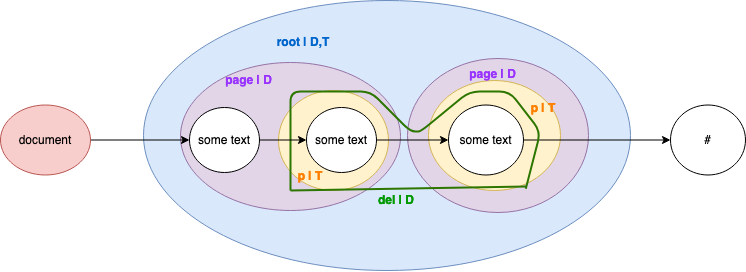
Before: img/discont2-tagml.png, a diagram exported from draw.io (bleekere/jTEI2020). Source tidied: cells renumbered, new cells last; positions are measured from the earlier drawing's top-left corner, leaving out a move shared by most shapes.
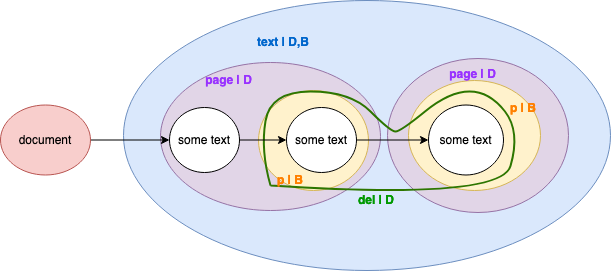
Later version of the same file.

Change to the diagram source:
```diff
@@ -24,25 +24,18 @@
       <mxGeometry relative="1" as="geometry" />
     </mxCell>
     <mxCell id="9" value="document" style="ellipse;whiteSpace=wrap;html=1;fillColor=#f8cecc;strokeColor=#b85450;" parent="1" vertex="1">
-      <mxGeometry y="104.5" width="90" height="70" as="geometry" />
+      <mxGeometry x="20" y="104.5" width="90" height="70" as="geometry" />
     </mxCell>
-    <mxCell id="10" style="edgeStyle=orthogonalEdgeStyle;rounded=0;jettySize=auto;html=1;" parent="1" edge="1" source="11" target="12">
-      <mxGeometry relative="1" as="geometry" />
-    </mxCell>
     <mxCell id="11" value="some text" style="ellipse;whiteSpace=wrap;html=1;" parent="1" vertex="1">
       <mxGeometry x="448" y="104.5" width="75" height="70" as="geometry" />
     </mxCell>
-    <mxCell id="12" value="#" style="ellipse;whiteSpace=wrap;html=1;" parent="1" vertex="1">
-      <mxGeometry x="670" y="104.5" width="75" height="70" as="geometry" />
-    </mxCell>
-    <mxCell id="13" value="&lt;font color=&quot;#0066cc&quot;&gt;&lt;b&gt;root | D,T&lt;br&gt;&lt;/b&gt;&lt;/font&gt;" style="text;html=1;strokeColor=none;fillColor=none;align=center;verticalAlign=middle;whiteSpace=wrap;rounded=0;" parent="1" vertex="1">
+    <mxCell id="13" value="&lt;font color=&quot;#0066cc&quot;&gt;&lt;b&gt;text | D,B&lt;br&gt;&lt;/b&gt;&lt;/font&gt;" style="text;html=1;strokeColor=none;fillColor=none;align=center;verticalAlign=middle;whiteSpace=wrap;rounded=0;" parent="1" vertex="1">
       <mxGeometry x="274.5" y="32" width="55.5" height="20" as="geometry" />
     </mxCell>
-    <mxCell id="14" style="endArrow=none;html=1;textOpacity=0;fillColor=#60a917;strokeColor=#2D7600;endFill=0;startFill=0;strokeWidth=2;entryX=0.737;entryY=0.985;entryDx=0;entryDy=0;entryPerimeter=0;" parent="1" edge="1" target="6">
+    <mxCell id="14" style="endArrow=none;html=1;textOpacity=0;fillColor=#60a917;strokeColor=#2D7600;endFill=0;startFill=0;strokeWidth=2;curved=1;entryX=0;entryY=0.75;entryDx=0;entryDy=0;exitX=0;exitY=0.75;exitDx=0;exitDy=0;" parent="1" edge="1" source="17" target="17">
       <mxGeometry relative="1" as="geometry">
-        <mxPoint x="290" y="190" as="sourcePoint" />
         <Array as="points">
-          <mxPoint x="290" y="150" />
+          <mxPoint x="280" y="150" />
           <mxPoint x="290" y="91" />
           <mxPoint x="370" y="91" />
           <mxPoint x="410" y="131" />
@@ -50,6 +43,7 @@
           <mxPoint x="469" y="91" />
           <mxPoint x="509" y="91" />
           <mxPoint x="540" y="131" />
+          <mxPoint x="520" y="200" />
         </Array>
       </mxGeometry>
     </mxCell>
@@ -59,10 +53,10 @@
     <mxCell id="16" value="&lt;font color=&quot;#9933ff&quot;&gt;&lt;b&gt;page | D&lt;br&gt;&lt;/b&gt;&lt;/font&gt;" style="text;html=1;strokeColor=none;fillColor=none;align=center;verticalAlign=middle;whiteSpace=wrap;rounded=0;" parent="1" vertex="1">
       <mxGeometry x="222" y="70" width="52.5" height="20" as="geometry" />
     </mxCell>
-    <mxCell id="17" value="&lt;font color=&quot;#ff8000&quot;&gt;&lt;b&gt;p | T&lt;br&gt;&lt;/b&gt;&lt;/font&gt;" style="text;html=1;strokeColor=none;fillColor=none;align=center;verticalAlign=middle;whiteSpace=wrap;rounded=0;" parent="1" vertex="1">
-      <mxGeometry x="290" y="166" width="40" height="20" as="geometry" />
+    <mxCell id="17" value="&lt;font color=&quot;#ff8000&quot;&gt;&lt;b&gt;p | B&lt;br&gt;&lt;/b&gt;&lt;/font&gt;" style="text;html=1;strokeColor=none;fillColor=none;align=center;verticalAlign=middle;whiteSpace=wrap;rounded=0;" parent="1" vertex="1">
+      <mxGeometry x="290" y="170" width="40" height="20" as="geometry" />
     </mxCell>
-    <mxCell id="18" value="&lt;font color=&quot;#ff8000&quot;&gt;&lt;b&gt;p &lt;/b&gt;&lt;/font&gt;&lt;font color=&quot;#ff8000&quot;&gt;&lt;b&gt;| T&lt;/b&gt;&lt;/font&gt;" style="text;html=1;strokeColor=none;fillColor=none;align=center;verticalAlign=middle;whiteSpace=wrap;rounded=0;" parent="1" vertex="1">
+    <mxCell id="18" value="&lt;font color=&quot;#ff8000&quot;&gt;&lt;b&gt;p &lt;/b&gt;&lt;/font&gt;&lt;font color=&quot;#ff8000&quot;&gt;&lt;b&gt;| B&lt;br&gt;&lt;/b&gt;&lt;/font&gt;" style="text;html=1;strokeColor=none;fillColor=none;align=center;verticalAlign=middle;whiteSpace=wrap;rounded=0;" parent="1" vertex="1">
       <mxGeometry x="523" y="97.5" width="40" height="20" as="geometry" />
     </mxCell>
     <mxCell id="19" value="&lt;font color=&quot;#9933ff&quot;&gt;&lt;b&gt;page | D&lt;br&gt;&lt;/b&gt;&lt;/font&gt;" style="text;html=1;strokeColor=none;fillColor=none;align=center;verticalAlign=middle;whiteSpace=wrap;rounded=0;" parent="1" vertex="1">
@@ -95,11 +89,5 @@
         </Array>
       </mxGeometry>
     </mxCell>
-    <mxCell id="26" style="endArrow=none;html=1;strokeWidth=2;fillColor=#60a917;strokeColor=#2D7600;" parent="1" edge="1">
-      <mxGeometry relative="1" as="geometry">
-        <mxPoint x="290" y="190" as="sourcePoint" />
-        <mxPoint x="526" y="186" as="targetPoint" />
-      </mxGeometry>
-    </mxCell>
   </root>
 </mxGraphModel>
```
